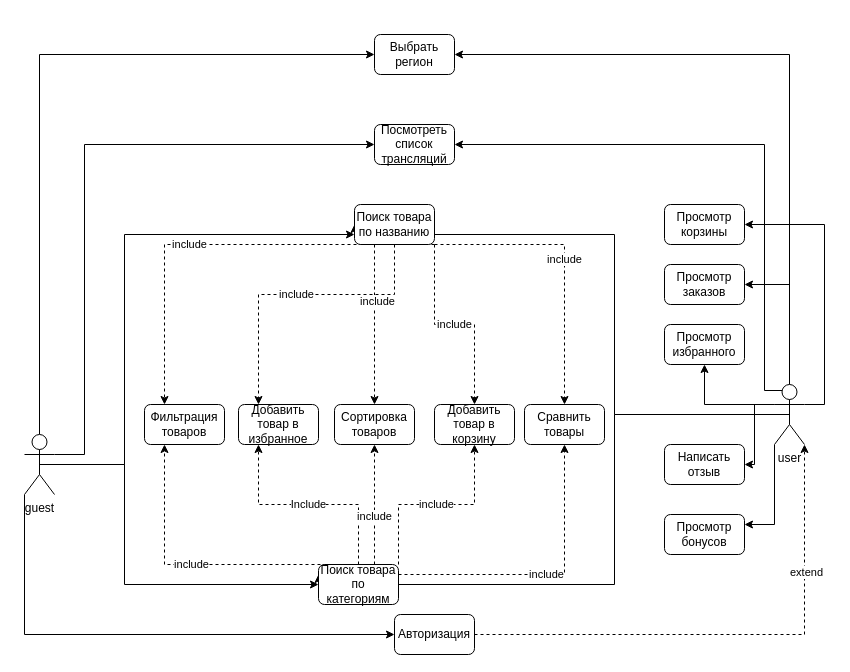
The draw.io diagram Untitled Diagram.drawio in nbiryulin/testing, before the edit. Source tidied: cells renumbered, new cells numbered last; positions are measured from the earlier drawing's top-left corner, leaving out a move shared by most shapes. Both pictures are drawn from the tidied source at 100%, with x=0, y=0 at pixel (24, 34).
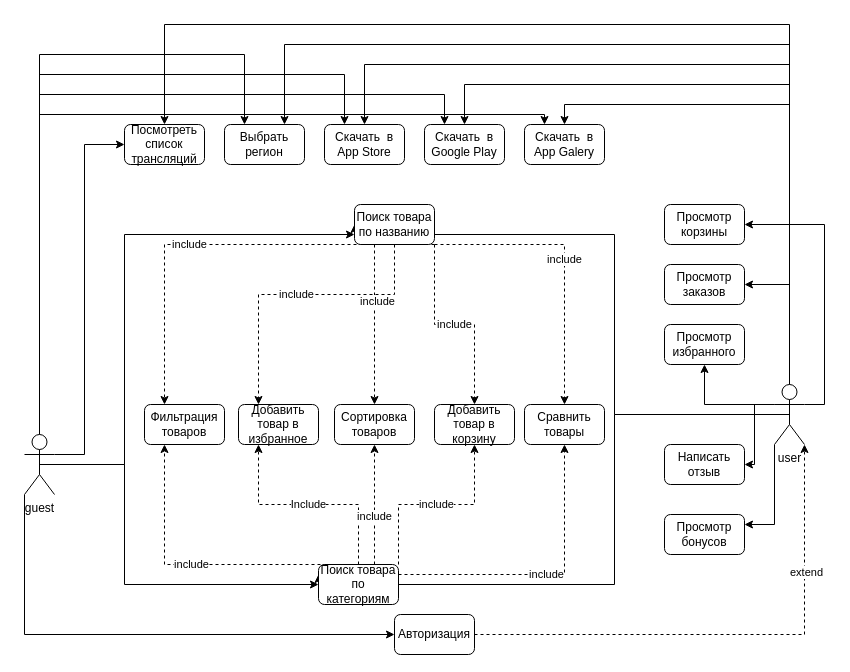
After the change.

Unchanged cells that the change refers to:
```xml
<mxCell id="12" value="user&lt;br&gt;" style="shape=umlActor;verticalLabelPosition=bottom;verticalAlign=top;html=1;outlineConnect=0;" parent="1" vertex="1">
  <mxGeometry x="750" y="350" width="30" height="60" as="geometry" />
</mxCell>
<mxCell id="18" value="guest&lt;br&gt;" style="shape=umlActor;verticalLabelPosition=bottom;verticalAlign=top;html=1;outlineConnect=0;" parent="1" vertex="1">
  <mxGeometry y="400" width="30" height="60" as="geometry" />
</mxCell>
```

Diff of the diagram source:
```diff
@@
-    <mxCell id="4" style="edgeStyle=orthogonalEdgeStyle;rounded=0;jettySize=auto;html=1;exitX=0.5;exitY=0;exitDx=0;exitDy=0;exitPerimeter=0;entryX=1;entryY=0.5;entryDx=0;entryDy=0;" parent="1" edge="1" source="12" target="39">
-      <mxGeometry relative="1" as="geometry" />
+    <mxCell id="4" style="edgeStyle=orthogonalEdgeStyle;rounded=0;jettySize=auto;html=1;exitX=0.5;exitY=0;exitDx=0;exitDy=0;exitPerimeter=0;entryX=0.75;entryY=0;entryDx=0;entryDy=0;" parent="1" edge="1" source="12" target="39">
+      <mxGeometry relative="1" as="geometry">
+        <Array as="points">
+          <mxPoint x="765" y="10" />
+          <mxPoint x="260" y="10" />
+        </Array>
+      </mxGeometry>
     </mxCell>
-    <mxCell id="5" style="edgeStyle=orthogonalEdgeStyle;rounded=0;jettySize=auto;html=1;exitX=0.25;exitY=0.1;exitDx=0;exitDy=0;exitPerimeter=0;entryX=1;entryY=0.5;entryDx=0;entryDy=0;" parent="1" edge="1" source="12" target="40">
-      <mxGeometry relative="1" as="geometry">
-        <Array as="points">
-          <mxPoint x="740" y="356" />
-          <mxPoint x="740" y="110" />
-        </Array>
-      </mxGeometry>
-    </mxCell>
@@
+    <mxCell id="5" style="edgeStyle=orthogonalEdgeStyle;rounded=0;jettySize=auto;html=1;exitX=0.5;exitY=0;exitDx=0;exitDy=0;exitPerimeter=0;entryX=0.5;entryY=0;entryDx=0;entryDy=0;" parent="1" edge="1" source="12" target="40">
+      <mxGeometry relative="1" as="geometry">
+        <Array as="points">
+          <mxPoint x="765" y="-10" />
+          <mxPoint x="140" y="-10" />
+        </Array>
+      </mxGeometry>
+    </mxCell>
+    <mxCell id="47" style="edgeStyle=orthogonalEdgeStyle;rounded=0;jettySize=auto;html=1;exitX=0.5;exitY=0;exitDx=0;exitDy=0;exitPerimeter=0;entryX=0.5;entryY=0;entryDx=0;entryDy=0;" parent="1" edge="1" source="12" target="53">
+      <mxGeometry relative="1" as="geometry">
+        <Array as="points">
+          <mxPoint x="765" y="30" />
+          <mxPoint x="340" y="30" />
+        </Array>
+      </mxGeometry>
+    </mxCell>
+    <mxCell id="48" style="edgeStyle=orthogonalEdgeStyle;rounded=0;jettySize=auto;html=1;exitX=0.25;exitY=0.1;exitDx=0;exitDy=0;exitPerimeter=0;entryX=0.5;entryY=0;entryDx=0;entryDy=0;" parent="1" edge="1" source="12" target="54">
+      <mxGeometry relative="1" as="geometry">
+        <Array as="points">
+          <mxPoint x="765" y="356" />
+          <mxPoint x="765" y="50" />
+          <mxPoint x="440" y="50" />
+        </Array>
+      </mxGeometry>
+    </mxCell>
+    <mxCell id="49" style="edgeStyle=orthogonalEdgeStyle;rounded=0;jettySize=auto;html=1;exitX=0.5;exitY=0;exitDx=0;exitDy=0;exitPerimeter=0;entryX=0.5;entryY=0;entryDx=0;entryDy=0;" parent="1" edge="1" source="12" target="55">
+      <mxGeometry relative="1" as="geometry" />
+    </mxCell>
@@
-    <mxCell id="16" style="edgeStyle=orthogonalEdgeStyle;rounded=0;jettySize=auto;html=1;exitX=0.5;exitY=0;exitDx=0;exitDy=0;exitPerimeter=0;entryX=0;entryY=0.5;entryDx=0;entryDy=0;" parent="1" edge="1" source="18" target="39">
-      <mxGeometry relative="1" as="geometry" />
+    <mxCell id="16" style="edgeStyle=orthogonalEdgeStyle;rounded=0;jettySize=auto;html=1;exitX=0.5;exitY=0;exitDx=0;exitDy=0;exitPerimeter=0;entryX=0.25;entryY=0;entryDx=0;entryDy=0;" parent="1" edge="1" source="18" target="39">
+      <mxGeometry relative="1" as="geometry">
+        <Array as="points">
+          <mxPoint x="15" y="20" />
+          <mxPoint x="220" y="20" />
+        </Array>
+      </mxGeometry>
     </mxCell>
@@
+    <mxCell id="50" style="edgeStyle=orthogonalEdgeStyle;rounded=0;jettySize=auto;html=1;exitX=0.5;exitY=0;exitDx=0;exitDy=0;exitPerimeter=0;entryX=0.25;entryY=0;entryDx=0;entryDy=0;" parent="1" edge="1" source="18" target="53">
+      <mxGeometry relative="1" as="geometry">
+        <Array as="points">
+          <mxPoint x="15" y="40" />
+          <mxPoint x="320" y="40" />
+        </Array>
+      </mxGeometry>
+    </mxCell>
+    <mxCell id="51" style="edgeStyle=orthogonalEdgeStyle;rounded=0;jettySize=auto;html=1;exitX=0.5;exitY=0;exitDx=0;exitDy=0;exitPerimeter=0;entryX=0.25;entryY=0;entryDx=0;entryDy=0;" parent="1" edge="1" source="18" target="54">
+      <mxGeometry relative="1" as="geometry">
+        <Array as="points">
+          <mxPoint x="15" y="60" />
+          <mxPoint x="420" y="60" />
+        </Array>
+      </mxGeometry>
+    </mxCell>
+    <mxCell id="52" style="edgeStyle=orthogonalEdgeStyle;rounded=0;jettySize=auto;html=1;exitX=0.5;exitY=0;exitDx=0;exitDy=0;exitPerimeter=0;entryX=0.25;entryY=0;entryDx=0;entryDy=0;" parent="1" edge="1" source="18" target="55">
+      <mxGeometry relative="1" as="geometry">
+        <Array as="points">
+          <mxPoint x="15" y="80" />
+          <mxPoint x="520" y="80" />
+        </Array>
+      </mxGeometry>
+    </mxCell>
@@
     <mxCell id="39" value="Выбрать регион" style="rounded=1;whiteSpace=wrap;html=1;" parent="1" vertex="1">
-      <mxGeometry x="350" width="80" height="40" as="geometry" />
+      <mxGeometry x="200" y="90" width="80" height="40" as="geometry" />
     </mxCell>
     <mxCell id="40" value="Посмотреть список трансляций" style="rounded=1;whiteSpace=wrap;html=1;" parent="1" vertex="1">
-      <mxGeometry x="350" y="90" width="80" height="40" as="geometry" />
+      <mxGeometry x="100" y="90" width="80" height="40" as="geometry" />
     </mxCell>
@@
+    <mxCell id="53" value="Скачать &amp;nbsp;в App Store" style="rounded=1;whiteSpace=wrap;html=1;" parent="1" vertex="1">
+      <mxGeometry x="300" y="90" width="80" height="40" as="geometry" />
+    </mxCell>
+    <mxCell id="54" value="Скачать &amp;nbsp;в Google Play&lt;br&gt;" style="rounded=1;whiteSpace=wrap;html=1;" parent="1" vertex="1">
+      <mxGeometry x="400" y="90" width="80" height="40" as="geometry" />
+    </mxCell>
+    <mxCell id="55" value="Скачать &amp;nbsp;в App Galery" style="rounded=1;whiteSpace=wrap;html=1;" parent="1" vertex="1">
+      <mxGeometry x="500" y="90" width="80" height="40" as="geometry" />
+    </mxCell>
```
